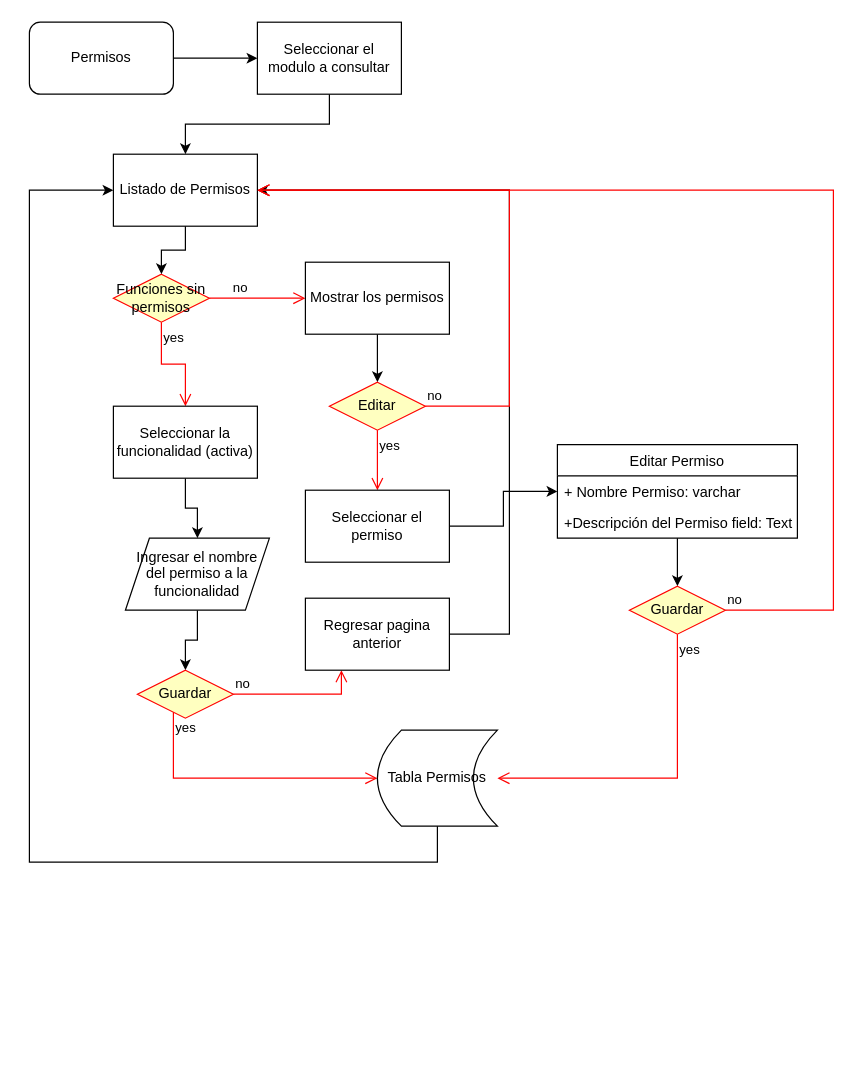
Before: page "Permisos" (2 of 4) of Proyecto.drawio in rrpovando/ProyectoDB, a draw.io diagram. Source tidied: cells renumbered, new cells numbered last; positions are measured from the earlier drawing's top-left corner, leaving out a move shared by most shapes. Both pictures are drawn from the tidied source at 120%, with x=0, y=0 at pixel (29, 22).
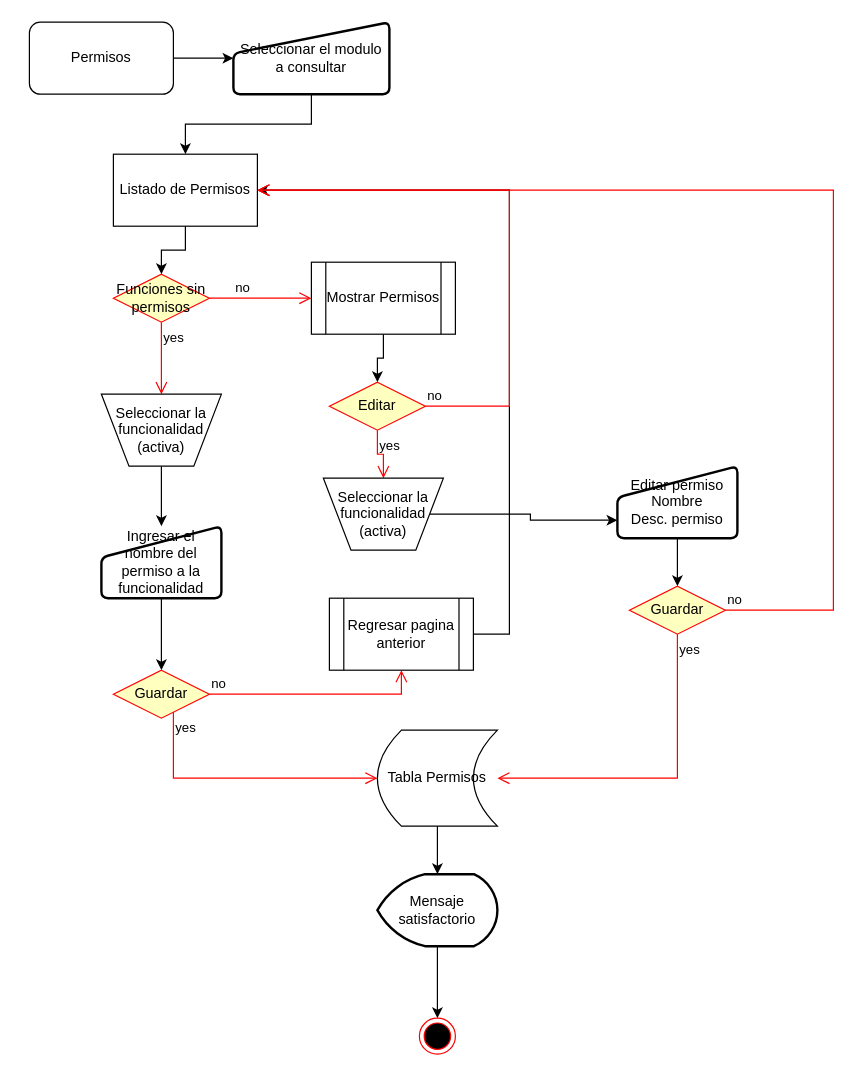
The same page after the edit.

Unchanged cells that the change refers to:
```xml
<mxCell id="3" value="Permisos" style="rounded=1;whiteSpace=wrap;html=1;" parent="1" vertex="1">
  <mxGeometry width="120" height="60" as="geometry" />
</mxCell>
<mxCell id="6" value="Funciones sin permisos" style="rhombus;whiteSpace=wrap;html=1;fillColor=#ffffc0;strokeColor=#ff0000;" parent="1" vertex="1">
  <mxGeometry x="70" y="210" width="80" height="40" as="geometry" />
</mxCell>
<mxCell id="21" value="Listado de Permisos" style="rounded=0;whiteSpace=wrap;html=1;fillColor=none;" parent="1" vertex="1">
  <mxGeometry x="70" y="110" width="120" height="60" as="geometry" />
</mxCell>
<mxCell id="22" value="Editar" style="rhombus;whiteSpace=wrap;html=1;fillColor=#ffffc0;strokeColor=#ff0000;" parent="1" vertex="1">
  <mxGeometry x="250" y="300" width="80" height="40" as="geometry" />
</mxCell>
<mxCell id="31" value="Guardar" style="rhombus;whiteSpace=wrap;html=1;fillColor=#ffffc0;strokeColor=#ff0000;" parent="1" vertex="1">
  <mxGeometry x="500" y="470" width="80" height="40" as="geometry" />
</mxCell>
<mxCell id="34" value="Tabla Permisos" style="shape=dataStorage;whiteSpace=wrap;html=1;fixedSize=1;fillColor=none;" parent="1" vertex="1">
  <mxGeometry x="290" y="590" width="100" height="80" as="geometry" />
</mxCell>
```

The edit, as a diff of the source:
```diff
@@
-    <mxCell id="2" style="edgeStyle=orthogonalEdgeStyle;rounded=0;jettySize=auto;html=1;" parent="1" edge="1" source="3" target="5">
+    <mxCell id="2" style="edgeStyle=orthogonalEdgeStyle;rounded=0;jettySize=auto;html=1;entryX=0;entryY=0.5;entryDx=0;entryDy=0;" parent="1" edge="1" source="3" target="5">
       <mxGeometry relative="1" as="geometry" />
     </mxCell>
@@
-    <mxCell id="4" style="edgeStyle=orthogonalEdgeStyle;rounded=0;jettySize=auto;html=1;entryX=0.5;entryY=0;entryDx=0;entryDy=0;" parent="1" edge="1" source="5" target="21">
+    <mxCell id="4" style="edgeStyle=orthogonalEdgeStyle;rounded=0;jettySize=auto;html=1;entryX=0.5;entryY=0;entryDx=0;entryDy=0;exitX=0.5;exitY=1;exitDx=0;exitDy=0;" parent="1" edge="1" source="5" target="21">
       <mxGeometry relative="1" as="geometry" />
     </mxCell>
-    <mxCell id="5" value="Seleccionar el modulo a consultar" style="rounded=0;whiteSpace=wrap;html=1;" parent="1" vertex="1">
-      <mxGeometry x="190" width="120" height="60" as="geometry" />
-    </mxCell>
@@
-    <mxCell id="7" value="no" style="edgeStyle=orthogonalEdgeStyle;html=1;align=left;verticalAlign=bottom;endArrow=open;endSize=8;strokeColor=#ff0000;rounded=0;entryX=0;entryY=0.5;entryDx=0;entryDy=0;" parent="1" edge="1" source="6" target="12">
+    <mxCell id="7" value="no" style="edgeStyle=orthogonalEdgeStyle;html=1;align=left;verticalAlign=bottom;endArrow=open;endSize=8;strokeColor=#ff0000;rounded=0;entryX=0;entryY=0.5;entryDx=0;entryDy=0;" parent="1" edge="1" source="6" target="41">
       <mxGeometry x="-0.54" relative="1" as="geometry" />
     </mxCell>
-    <mxCell id="8" value="yes" style="edgeStyle=orthogonalEdgeStyle;html=1;align=left;verticalAlign=top;endArrow=open;endSize=8;strokeColor=#ff0000;rounded=0;entryX=0.5;entryY=0;entryDx=0;entryDy=0;" parent="1" edge="1" source="6" target="10">
+    <mxCell id="8" value="yes" style="edgeStyle=orthogonalEdgeStyle;html=1;align=left;verticalAlign=top;endArrow=open;endSize=8;strokeColor=#ff0000;rounded=0;" parent="1" edge="1" source="6" target="42">
       <mxGeometry x="-1" relative="1" as="geometry" />
     </mxCell>
-    <mxCell id="9" style="edgeStyle=orthogonalEdgeStyle;rounded=0;jettySize=auto;html=1;" parent="1" edge="1" source="10" target="14">
+    <mxCell id="9" style="edgeStyle=orthogonalEdgeStyle;rounded=0;jettySize=auto;html=1;entryX=0.5;entryY=0;entryDx=0;entryDy=0;exitX=0.5;exitY=1;exitDx=0;exitDy=0;" parent="1" edge="1" source="42" target="14">
       <mxGeometry relative="1" as="geometry" />
     </mxCell>
-    <mxCell id="10" value="Seleccionar la funcionalidad (activa)" style="rounded=0;whiteSpace=wrap;html=1;" parent="1" vertex="1">
-      <mxGeometry x="70" y="320" width="120" height="60" as="geometry" />
-    </mxCell>
-    <mxCell id="11" style="edgeStyle=orthogonalEdgeStyle;rounded=0;jettySize=auto;html=1;" parent="1" edge="1" source="12" target="22">
+    <mxCell id="11" style="edgeStyle=orthogonalEdgeStyle;rounded=0;jettySize=auto;html=1;exitX=0.5;exitY=1;exitDx=0;exitDy=0;" parent="1" edge="1" source="41" target="22">
       <mxGeometry relative="1" as="geometry" />
     </mxCell>
-    <mxCell id="12" value="Mostrar los permisos" style="rounded=0;whiteSpace=wrap;html=1;" parent="1" vertex="1">
-      <mxGeometry x="230" y="200" width="120" height="60" as="geometry" />
-    </mxCell>
-    <mxCell id="13" style="edgeStyle=orthogonalEdgeStyle;rounded=0;jettySize=auto;html=1;" parent="1" edge="1" source="14" target="15">
+    <mxCell id="13" style="edgeStyle=orthogonalEdgeStyle;rounded=0;jettySize=auto;html=1;exitX=0.5;exitY=1;exitDx=0;exitDy=0;" parent="1" edge="1" source="14" target="15">
       <mxGeometry relative="1" as="geometry" />
     </mxCell>
-    <mxCell id="14" value="Ingresar el nombre del permiso a la funcionalidad" style="shape=parallelogram;perimeter=parallelogramPerimeter;whiteSpace=wrap;html=1;fixedSize=1;" parent="1" vertex="1">
-      <mxGeometry x="80" y="430" width="120" height="60" as="geometry" />
-    </mxCell>
     <mxCell id="15" value="Guardar" style="rhombus;whiteSpace=wrap;html=1;fillColor=#ffffc0;strokeColor=#ff0000;" parent="1" vertex="1">
-      <mxGeometry x="90" y="540" width="80" height="40" as="geometry" />
+      <mxGeometry x="70" y="540" width="80" height="40" as="geometry" />
     </mxCell>
-    <mxCell id="16" value="no" style="edgeStyle=orthogonalEdgeStyle;html=1;align=left;verticalAlign=bottom;endArrow=open;endSize=8;strokeColor=#ff0000;rounded=0;" parent="1" edge="1" source="15" target="18">
+    <mxCell id="16" value="no" style="edgeStyle=orthogonalEdgeStyle;html=1;align=left;verticalAlign=bottom;endArrow=open;endSize=8;strokeColor=#ff0000;rounded=0;entryX=0.5;entryY=1;entryDx=0;entryDy=0;" parent="1" edge="1" source="15" target="18">
       <mxGeometry x="-1" relative="1" as="geometry">
         <Array as="points">
-          <mxPoint x="260" y="560" />
-          <mxPoint x="260" y="500" />
+          <mxPoint x="310" y="560" />
         </Array>
       </mxGeometry>
     </mxCell>
@@
-    <mxCell id="18" value="Regresar pagina anterior" style="rounded=0;whiteSpace=wrap;html=1;" parent="1" vertex="1">
-      <mxGeometry x="230" y="480" width="120" height="60" as="geometry" />
-    </mxCell>
@@
-    <mxCell id="24" value="yes" style="edgeStyle=orthogonalEdgeStyle;html=1;align=left;verticalAlign=top;endArrow=open;endSize=8;strokeColor=#ff0000;rounded=0;entryX=0.5;entryY=0;entryDx=0;entryDy=0;" parent="1" edge="1" source="22" target="26">
+    <mxCell id="24" value="yes" style="edgeStyle=orthogonalEdgeStyle;html=1;align=left;verticalAlign=top;endArrow=open;endSize=8;strokeColor=#ff0000;rounded=0;entryX=0.5;entryY=0;entryDx=0;entryDy=0;" parent="1" edge="1" source="22" target="43">
       <mxGeometry x="-1" relative="1" as="geometry" />
     </mxCell>
-    <mxCell id="25" style="edgeStyle=orthogonalEdgeStyle;rounded=0;jettySize=auto;html=1;entryX=0;entryY=0.5;entryDx=0;entryDy=0;" parent="1" edge="1" source="26" target="29">
+    <mxCell id="25" style="edgeStyle=orthogonalEdgeStyle;rounded=0;jettySize=auto;html=1;entryX=0;entryY=0.75;entryDx=0;entryDy=0;exitX=1;exitY=0.5;exitDx=0;exitDy=0;" parent="1" edge="1" source="43" target="37">
       <mxGeometry relative="1" as="geometry" />
     </mxCell>
-    <mxCell id="26" value="Seleccionar el permiso" style="rounded=0;whiteSpace=wrap;html=1;" parent="1" vertex="1">
-      <mxGeometry x="230" y="390" width="120" height="60" as="geometry" />
-    </mxCell>
-    <mxCell id="27" style="edgeStyle=orthogonalEdgeStyle;rounded=0;jettySize=auto;html=1;" parent="1" edge="1" source="28" target="31">
+    <mxCell id="27" style="edgeStyle=orthogonalEdgeStyle;rounded=0;jettySize=auto;html=1;exitX=0.5;exitY=1;exitDx=0;exitDy=0;" parent="1" edge="1" source="37" target="31">
       <mxGeometry relative="1" as="geometry" />
     </mxCell>
-    <mxCell id="28" value="Editar Permiso" style="swimlane;fontStyle=0;horizontal=1;startSize=26;fillColor=none;" parent="1" vertex="1">
-      <mxGeometry x="440" y="352" width="200" height="78" as="geometry" />
-    </mxCell>
-    <mxCell id="29" value="+ Nombre Permiso: varchar" style="text;strokeColor=none;fillColor=none;align=left;verticalAlign=top;spacingLeft=4;spacingRight=4;overflow=hidden;points=[[0,0.5],[1,0.5]];portConstraint=eastwest;" parent="28" vertex="1">
-      <mxGeometry y="26" width="200" height="26" as="geometry" />
-    </mxCell>
-    <mxCell id="30" value="+Descripción del Permiso field: Text" style="text;strokeColor=none;fillColor=none;align=left;verticalAlign=top;spacingLeft=4;spacingRight=4;overflow=hidden;" parent="28" vertex="1">
-      <mxGeometry y="52" width="200" height="26" as="geometry" />
-    </mxCell>
@@
+    <mxCell id="36" style="edgeStyle=orthogonalEdgeStyle;rounded=0;jettySize=auto;html=1;strokeColor=#000000;" parent="1" edge="1" source="34" target="39">
+      <mxGeometry relative="1" as="geometry" />
+    </mxCell>
@@
-    <mxCell id="35" style="endArrow=classic;html=1;rounded=0;entryX=0;entryY=0.5;entryDx=0;entryDy=0;exitX=0.5;exitY=1;exitDx=0;exitDy=0;" parent="1" edge="1" source="34" target="21">
-      <mxGeometry relative="1" as="geometry">
-        <Array as="points">
-          <mxPoint x="340" y="700" />
-          <mxPoint y="700" />
-          <mxPoint y="420" />
-          <mxPoint y="140" />
-        </Array>
-      </mxGeometry>
-    </mxCell>
+    <mxCell id="14" value="&lt;span&gt;Ingresar el nombre del permiso a la funcionalidad&lt;/span&gt;" style="html=1;strokeWidth=2;shape=manualInput;whiteSpace=wrap;rounded=1;size=26;arcSize=11;" parent="1" vertex="1">
+      <mxGeometry x="60" y="420" width="100" height="60" as="geometry" />
+    </mxCell>
+    <mxCell id="37" value="&lt;span&gt;Editar permiso&lt;/span&gt;&lt;br&gt;&lt;span&gt;Nombre&lt;/span&gt;&lt;br&gt;&lt;span&gt;Desc. permiso&lt;/span&gt;" style="html=1;strokeWidth=2;shape=manualInput;whiteSpace=wrap;rounded=1;size=26;arcSize=11;" parent="1" vertex="1">
+      <mxGeometry x="490" y="370" width="100" height="60" as="geometry" />
+    </mxCell>
+    <mxCell id="38" style="edgeStyle=orthogonalEdgeStyle;rounded=0;jettySize=auto;html=1;strokeColor=#000000;" parent="1" edge="1" source="39" target="40">
+      <mxGeometry relative="1" as="geometry" />
+    </mxCell>
+    <mxCell id="39" value="&lt;span&gt;Mensaje satisfactorio&lt;/span&gt;" style="strokeWidth=2;html=1;shape=mxgraph.flowchart.display;whiteSpace=wrap;" parent="1" vertex="1">
+      <mxGeometry x="290" y="710" width="100" height="60" as="geometry" />
+    </mxCell>
+    <mxCell id="40" style="ellipse;html=1;shape=endState;fillColor=#000000;strokeColor=#ff0000;" parent="1" vertex="1">
+      <mxGeometry x="325" y="830" width="30" height="30" as="geometry" />
+    </mxCell>
+    <mxCell id="5" value="&lt;span&gt;Seleccionar el modulo a consultar&lt;/span&gt;" style="html=1;strokeWidth=2;shape=manualInput;whiteSpace=wrap;rounded=1;size=26;arcSize=11;" parent="1" vertex="1">
+      <mxGeometry x="170" width="130" height="60" as="geometry" />
+    </mxCell>
+    <mxCell id="41" value="Mostrar Permisos" style="shape=process;whiteSpace=wrap;html=1;backgroundOutline=1;" parent="1" vertex="1">
+      <mxGeometry x="235" y="200" width="120" height="60" as="geometry" />
+    </mxCell>
+    <mxCell id="42" value="&lt;span&gt;Seleccionar la funcionalidad (activa)&lt;/span&gt;" style="verticalLabelPosition=middle;verticalAlign=middle;html=1;shape=trapezoid;perimeter=trapezoidPerimeter;whiteSpace=wrap;size=0.23;arcSize=10;flipV=1;labelPosition=center;align=center;" parent="1" vertex="1">
+      <mxGeometry x="60" y="310" width="100" height="60" as="geometry" />
+    </mxCell>
+    <mxCell id="43" value="&lt;span&gt;Seleccionar la funcionalidad (activa)&lt;/span&gt;" style="verticalLabelPosition=middle;verticalAlign=middle;html=1;shape=trapezoid;perimeter=trapezoidPerimeter;whiteSpace=wrap;size=0.23;arcSize=10;flipV=1;labelPosition=center;align=center;" parent="1" vertex="1">
+      <mxGeometry x="245" y="380" width="100" height="60" as="geometry" />
+    </mxCell>
+    <mxCell id="18" value="&lt;span&gt;Regresar pagina anterior&lt;/span&gt;" style="shape=process;whiteSpace=wrap;html=1;backgroundOutline=1;" parent="1" vertex="1">
+      <mxGeometry x="250" y="480" width="120" height="60" as="geometry" />
+    </mxCell>
```
